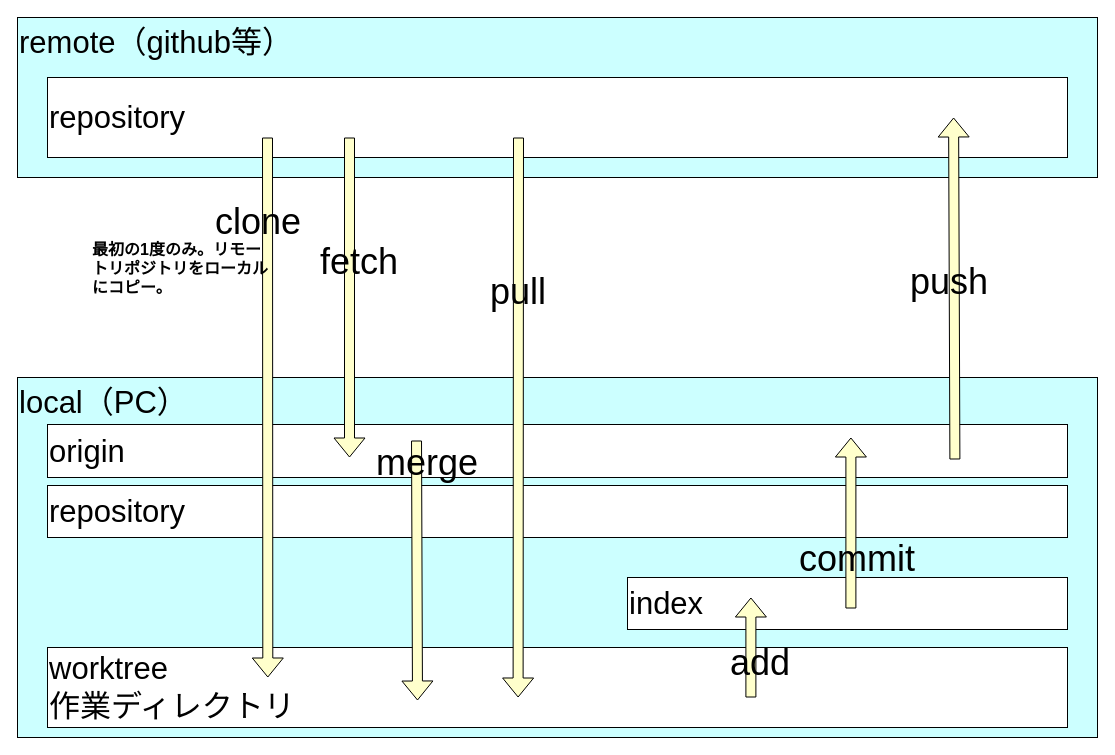
Earlier version of the draw.io diagram 000_一般/03_git/git.dio (mik-organization/edu-general). Source tidied: cells renumbered, new cells numbered last; positions are measured from the earlier drawing's top-left corner, leaving out a move shared by most shapes. Both pictures are drawn from the tidied source at 100%, with x=0, y=0 at pixel (17, 17).
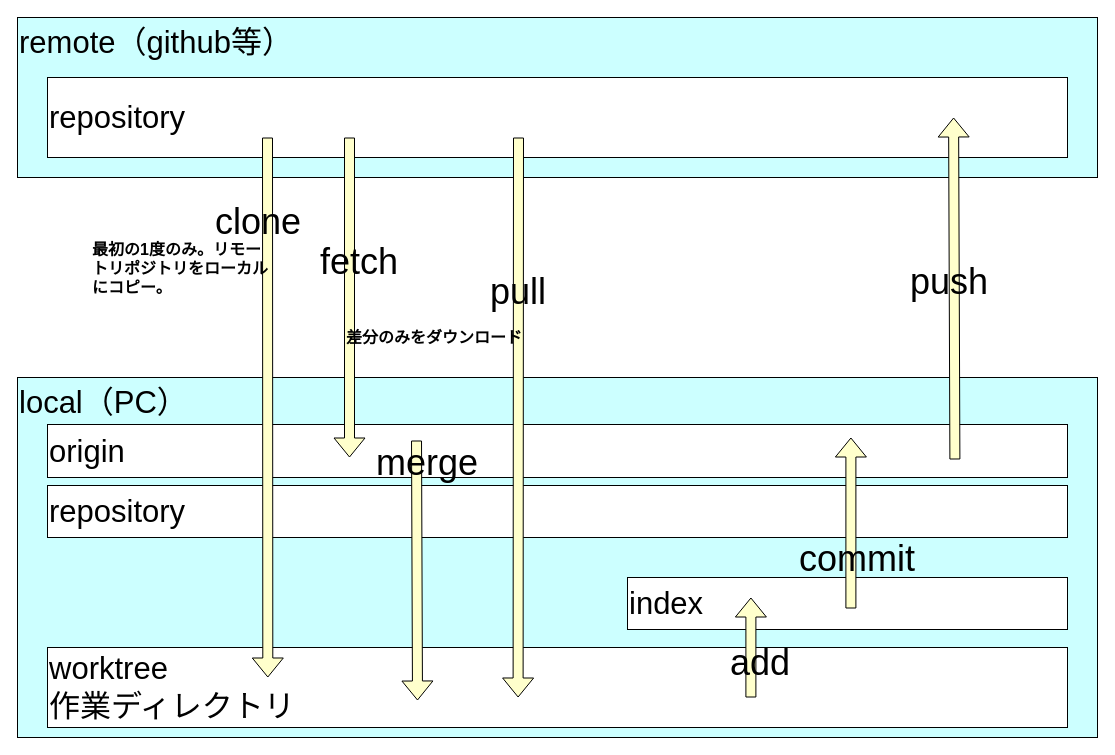
Above is the later version.

Change to the diagram source:
```diff
@@
+    <mxCell id="24" value="&lt;h1 style=&quot;font-size: 16px;&quot;&gt;差分のみをダウンロード&lt;/h1&gt;" style="text;html=1;strokeColor=none;fillColor=none;spacing=5;spacingTop=-20;whiteSpace=wrap;overflow=hidden;rounded=0;fontSize=16;fontColor=#000000;" parent="1" vertex="1">
+      <mxGeometry x="324" y="310" width="220" height="40" as="geometry" />
+    </mxCell>
```
